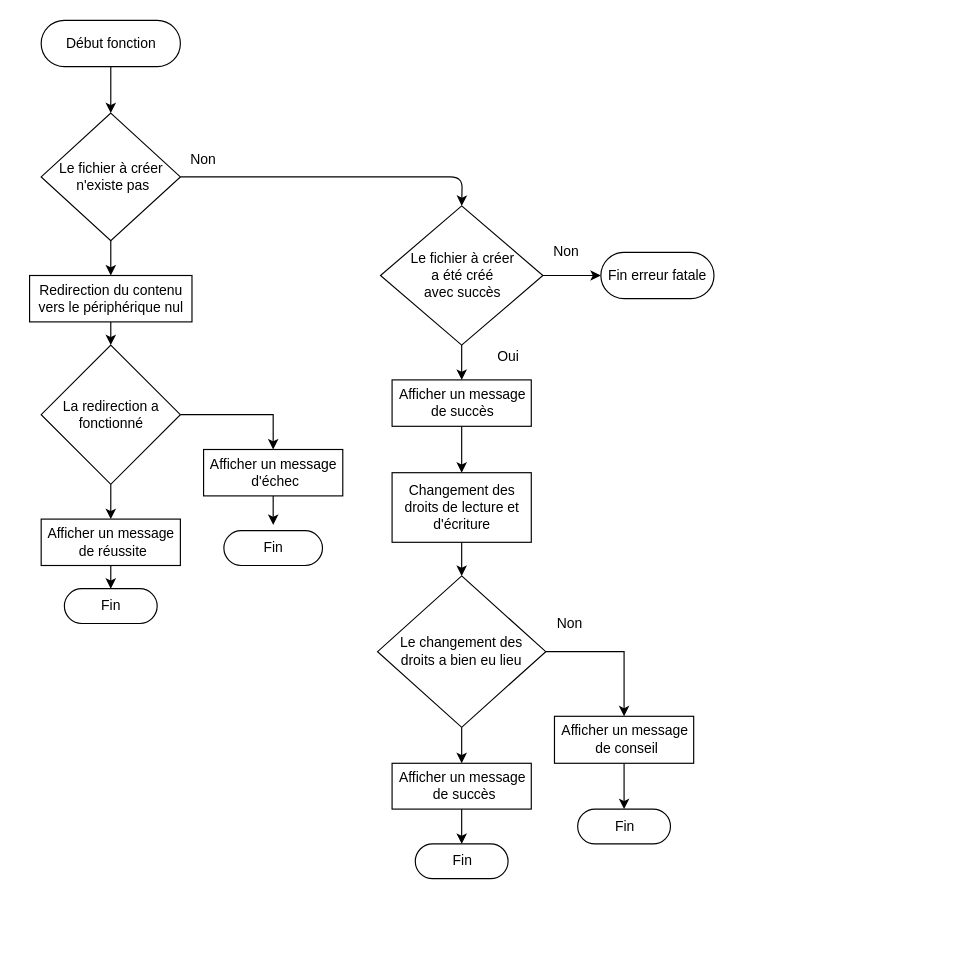
Earlier version of the draw.io diagram Graphiques/Fonctions/makefile.drawio (DimitriObeid/Linux-reinstall). Source tidied: cells renumbered, new cells numbered last; positions are measured from the earlier drawing's top-left corner, leaving out a move shared by most shapes. Both pictures are drawn from the tidied source at 116%, with x=0, y=0 at pixel (29, 20).
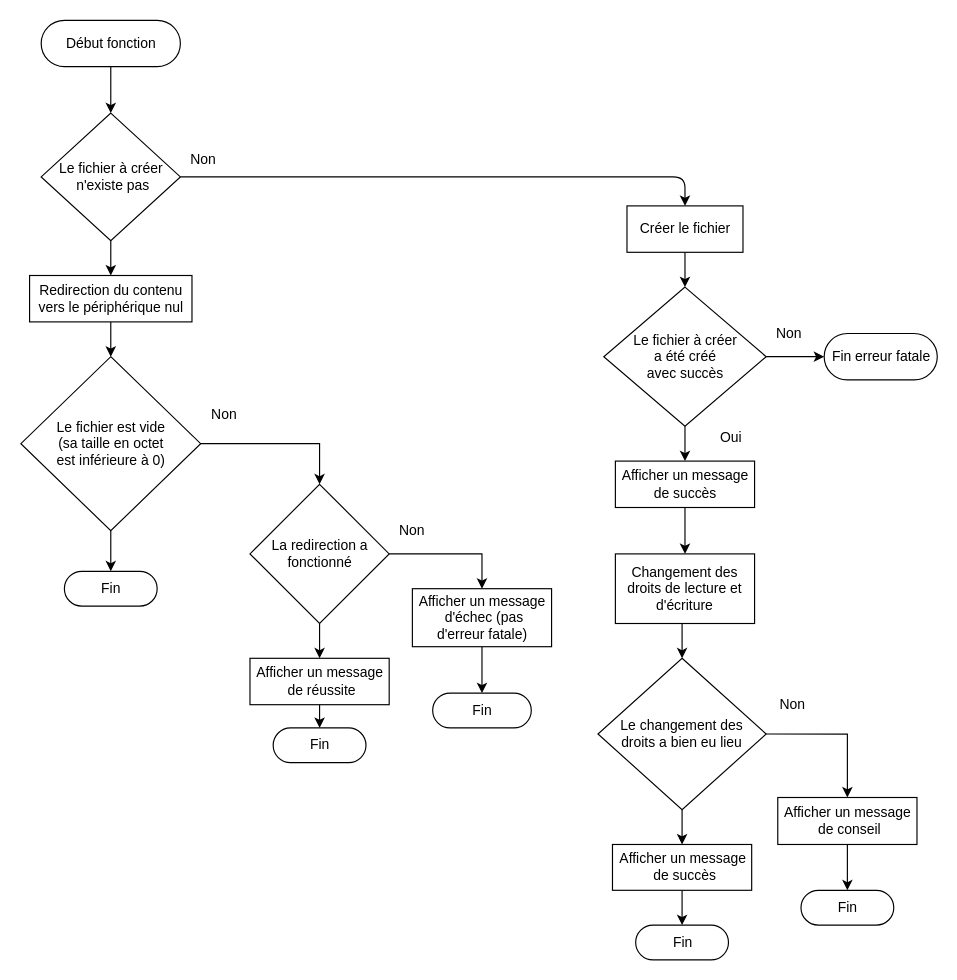
The same diagram, later.

Commit message:
Finalisation du schéma de la fonction makefile()

Unchanged cells that the change refers to:
```xml
<mxCell id="3" value="Le fichier à créer&lt;br&gt;&amp;nbsp;n'existe pas" style="shape=rhombus;html=1;dashed=0;whitespace=wrap;perimeter=rhombusPerimeter;" parent="1" vertex="1">
  <mxGeometry x="10" y="80" width="120" height="110" as="geometry" />
</mxCell>
<mxCell id="32" value="Redirection du contenu &lt;br&gt;vers le périphérique nul" style="html=1;dashed=0;whitespace=wrap;" parent="1" vertex="1">
  <mxGeometry y="220" width="140" height="40" as="geometry" />
</mxCell>
```

What changed in the source:
```diff
@@
     <mxCell id="7" value="Le fichier à créer&lt;br&gt;a été créé&lt;br&gt;avec succès" style="shape=rhombus;html=1;dashed=0;whitespace=wrap;perimeter=rhombusPerimeter;" parent="1" vertex="1">
-      <mxGeometry x="302.5" y="160" width="140" height="120" as="geometry" />
+      <mxGeometry x="495" y="230" width="140" height="120" as="geometry" />
     </mxCell>
-    <mxCell id="8" style="endArrow=classic;html=1;exitX=1;exitY=0.5;exitDx=0;exitDy=0;entryX=0.5;entryY=0;entryDx=0;entryDy=0;" parent="1" edge="1" source="3" target="7">
+    <mxCell id="8" style="endArrow=classic;html=1;exitX=1;exitY=0.5;exitDx=0;exitDy=0;entryX=0.5;entryY=0;entryDx=0;entryDy=0;" parent="1" edge="1" source="3" target="41">
       <mxGeometry relative="1" as="geometry">
         <Array as="points">
-          <mxPoint x="373" y="135" />
+          <mxPoint x="565" y="135" />
         </Array>
       </mxGeometry>
     </mxCell>
     <mxCell id="9" value="Fin erreur fatale" style="html=1;dashed=0;whitespace=wrap;shape=mxgraph.dfd.start;" parent="1" vertex="1">
-      <mxGeometry x="492.5" y="200" width="97.5" height="40" as="geometry" />
+      <mxGeometry x="685" y="270" width="97.5" height="40" as="geometry" />
     </mxCell>
@@
     <mxCell id="12" value="Afficher un message &lt;br&gt;de succès" style="html=1;dashed=0;whitespace=wrap;" parent="1" vertex="1">
-      <mxGeometry x="312.5" y="310" width="120" height="40" as="geometry" />
+      <mxGeometry x="505" y="380" width="120" height="40" as="geometry" />
     </mxCell>
@@
     <mxCell id="14" value="Non" style="text;html=1;strokeColor=none;fillColor=none;align=center;verticalAlign=middle;whiteSpace=wrap;rounded=0;" parent="1" vertex="1">
-      <mxGeometry x="442.5" y="190" width="40" height="20" as="geometry" />
+      <mxGeometry x="635" y="260" width="40" height="20" as="geometry" />
     </mxCell>
     <mxCell id="15" value="Oui" style="text;html=1;strokeColor=none;fillColor=none;align=center;verticalAlign=middle;whiteSpace=wrap;rounded=0;" parent="1" vertex="1">
-      <mxGeometry x="392.5" y="280" width="40" height="20" as="geometry" />
+      <mxGeometry x="585" y="350" width="40" height="20" as="geometry" />
     </mxCell>
@@
     <mxCell id="17" value="Changement des droits de lecture et d'écriture" style="rounded=0;whiteSpace=wrap;html=1;" parent="1" vertex="1">
-      <mxGeometry x="312.5" y="390" width="120" height="60" as="geometry" />
+      <mxGeometry x="505" y="460" width="120" height="60" as="geometry" />
     </mxCell>
@@
     <mxCell id="20" value="Le changement des &lt;br&gt;droits a bien eu lieu" style="rhombus;whiteSpace=wrap;html=1;" parent="1" vertex="1">
-      <mxGeometry x="300" y="479" width="145" height="130.5" as="geometry" />
+      <mxGeometry x="490" y="550" width="145" height="130.5" as="geometry" />
     </mxCell>
     <mxCell id="21" value="Fin" style="html=1;dashed=0;whitespace=wrap;shape=mxgraph.dfd.start;" parent="1" vertex="1">
-      <mxGeometry x="472.5" y="680" width="80" height="30" as="geometry" />
+      <mxGeometry x="665" y="750" width="80" height="30" as="geometry" />
     </mxCell>
@@
     <mxCell id="23" value="Afficher un message&lt;br&gt;&amp;nbsp;de conseil" style="html=1;dashed=0;whitespace=wrap;" parent="1" vertex="1">
-      <mxGeometry x="452.5" y="600" width="120" height="40.5" as="geometry" />
+      <mxGeometry x="645" y="670" width="120" height="40.5" as="geometry" />
     </mxCell>
     <mxCell id="24" value="Non" style="text;html=1;strokeColor=none;fillColor=none;align=center;verticalAlign=middle;whiteSpace=wrap;rounded=0;" parent="1" vertex="1">
-      <mxGeometry x="445.5" y="510" width="40" height="20" as="geometry" />
+      <mxGeometry x="638" y="580" width="40" height="20" as="geometry" />
     </mxCell>
@@
     <mxCell id="26" value="Afficher un message&lt;br&gt;&amp;nbsp;de succès" style="html=1;dashed=0;whitespace=wrap;" parent="1" vertex="1">
-      <mxGeometry x="312.5" y="640.5" width="120" height="39.5" as="geometry" />
+      <mxGeometry x="502.5" y="710.5" width="120" height="39.5" as="geometry" />
     </mxCell>
     <mxCell id="27" value="Fin" style="html=1;dashed=0;whitespace=wrap;shape=mxgraph.dfd.start;" parent="1" vertex="1">
-      <mxGeometry x="332.5" y="710" width="80" height="30" as="geometry" />
+      <mxGeometry x="522.5" y="780" width="80" height="30" as="geometry" />
     </mxCell>
@@
     <mxCell id="30" value="La redirection a&lt;br&gt;fonctionné" style="shape=rhombus;html=1;dashed=0;whitespace=wrap;perimeter=rhombusPerimeter;" parent="1" vertex="1">
-      <mxGeometry x="10" y="280" width="120" height="120" as="geometry" />
+      <mxGeometry x="190" y="400" width="120" height="120" as="geometry" />
     </mxCell>
-    <mxCell id="31" style="edgeStyle=orthogonalEdgeStyle;rounded=0;jettySize=auto;html=1;exitX=0.5;exitY=1;exitDx=0;exitDy=0;entryX=0.5;entryY=0;entryDx=0;entryDy=0;" parent="1" edge="1" source="32" target="30">
-      <mxGeometry relative="1" as="geometry" />
-    </mxCell>
+    <mxCell id="39" style="edgeStyle=orthogonalEdgeStyle;rounded=0;jettySize=auto;html=1;exitX=0.5;exitY=1;exitDx=0;exitDy=0;entryX=0.5;entryY=0;entryDx=0;entryDy=0;" parent="1" edge="1" source="32" target="44">
+      <mxGeometry relative="1" as="geometry" />
+    </mxCell>
@@
     <mxCell id="33" value="Fin" style="html=1;dashed=0;whitespace=wrap;shape=mxgraph.dfd.start;" parent="1" vertex="1">
-      <mxGeometry x="167.5" y="440" width="85" height="30" as="geometry" />
+      <mxGeometry x="347.5" y="580" width="85" height="30" as="geometry" />
     </mxCell>
-    <mxCell id="34" style="edgeStyle=orthogonalEdgeStyle;rounded=0;jettySize=auto;html=1;exitX=0.5;exitY=1;exitDx=0;exitDy=0;entryX=0.5;entryY=0.5;entryDx=0;entryDy=-20;entryPerimeter=0;" parent="1" edge="1" source="35" target="33">
+    <mxCell id="34" style="edgeStyle=orthogonalEdgeStyle;rounded=0;jettySize=auto;html=1;exitX=0.5;exitY=1;exitDx=0;exitDy=0;entryX=0.5;entryY=0.5;entryDx=0;entryDy=-15;entryPerimeter=0;" parent="1" edge="1" source="35" target="33">
       <mxGeometry relative="1" as="geometry" />
     </mxCell>
-    <mxCell id="35" value="Afficher un message&lt;br&gt;&amp;nbsp;d'échec" style="html=1;dashed=0;whitespace=wrap;" parent="1" vertex="1">
-      <mxGeometry x="150" y="370" width="120" height="40" as="geometry" />
+    <mxCell id="35" value="Afficher un message&lt;br&gt;&amp;nbsp;d'échec (pas &lt;br&gt;d'erreur fatale)" style="html=1;dashed=0;whitespace=wrap;" parent="1" vertex="1">
+      <mxGeometry x="330" y="490" width="120" height="50" as="geometry" />
     </mxCell>
@@
     <mxCell id="37" value="Afficher un message&lt;br&gt;&amp;nbsp;de réussite" style="html=1;dashed=0;whitespace=wrap;" parent="1" vertex="1">
-      <mxGeometry x="10" y="430" width="120" height="40" as="geometry" />
+      <mxGeometry x="190" y="550" width="120" height="40" as="geometry" />
     </mxCell>
     <mxCell id="38" value="Fin" style="html=1;dashed=0;whitespace=wrap;shape=mxgraph.dfd.start;" parent="1" vertex="1">
-      <mxGeometry x="30" y="490" width="80" height="30" as="geometry" />
+      <mxGeometry x="210" y="610" width="80" height="30" as="geometry" />
     </mxCell>
+    <mxCell id="40" style="edgeStyle=orthogonalEdgeStyle;rounded=0;jettySize=auto;html=1;exitX=0.5;exitY=1;exitDx=0;exitDy=0;entryX=0.5;entryY=0;entryDx=0;entryDy=0;" parent="1" edge="1" source="41" target="7">
+      <mxGeometry relative="1" as="geometry" />
+    </mxCell>
+    <mxCell id="41" value="Créer le fichier" style="html=1;dashed=0;whitespace=wrap;" parent="1" vertex="1">
+      <mxGeometry x="515" y="160" width="100" height="40" as="geometry" />
+    </mxCell>
+    <mxCell id="42" style="edgeStyle=orthogonalEdgeStyle;rounded=0;jettySize=auto;html=1;exitX=1;exitY=0.5;exitDx=0;exitDy=0;entryX=0.5;entryY=0;entryDx=0;entryDy=0;" parent="1" edge="1" source="44" target="30">
+      <mxGeometry relative="1" as="geometry" />
+    </mxCell>
+    <mxCell id="43" style="edgeStyle=orthogonalEdgeStyle;rounded=0;jettySize=auto;html=1;exitX=0.5;exitY=1;exitDx=0;exitDy=0;entryX=0.5;entryY=0.5;entryDx=0;entryDy=-15.000000000000002;entryPerimeter=0;" parent="1" edge="1" source="44" target="47">
+      <mxGeometry relative="1" as="geometry" />
+    </mxCell>
+    <mxCell id="44" value="Le fichier est vide &lt;br&gt;(sa taille en octet&lt;br&gt;est inférieure à 0)" style="shape=rhombus;html=1;dashed=0;whitespace=wrap;perimeter=rhombusPerimeter;" parent="1" vertex="1">
+      <mxGeometry x="-7.5" y="290" width="155" height="150" as="geometry" />
+    </mxCell>
+    <mxCell id="45" value="Non" style="text;html=1;strokeColor=none;fillColor=none;align=center;verticalAlign=middle;whiteSpace=wrap;rounded=0;" parent="1" vertex="1">
+      <mxGeometry x="147.5" y="330" width="40" height="20" as="geometry" />
+    </mxCell>
+    <mxCell id="46" value="Non" style="text;html=1;strokeColor=none;fillColor=none;align=center;verticalAlign=middle;whiteSpace=wrap;rounded=0;" parent="1" vertex="1">
+      <mxGeometry x="310" y="430" width="40" height="20" as="geometry" />
+    </mxCell>
+    <mxCell id="47" value="Fin" style="html=1;dashed=0;whitespace=wrap;shape=mxgraph.dfd.start;" parent="1" vertex="1">
+      <mxGeometry x="30" y="475" width="80" height="30" as="geometry" />
+    </mxCell>
```
